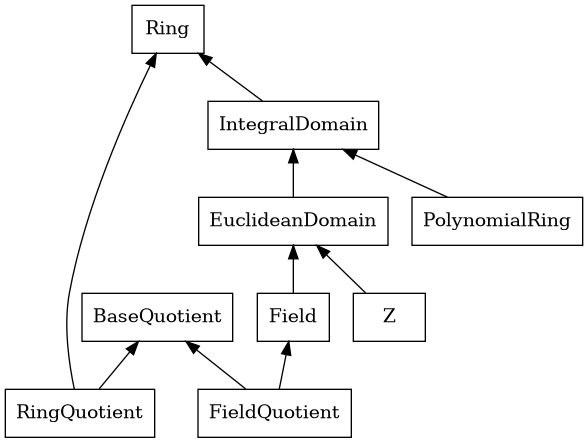
This is doc/diagrams/hierarchy.png from tito-kimbo/Algebra-Computacional, a Graphviz export, as it was before one commit. Its source is kept beside it as doc/diagrams/hierarchy.dot. Source of this version:
```dot
digraph hierarchy {
	rankdir = "BT";
	node [shape = "box"];

	Field -> EuclideanDomain -> IntegralDomain -> Ring;
	FieldQuotient -> BaseQuotient;
	RingQuotient -> BaseQuotient;
	FieldQuotient -> Field;
	RingQuotient -> Ring;
	PolynomialRing -> IntegralDomain;
	Z -> EuclideanDomain;
}
```
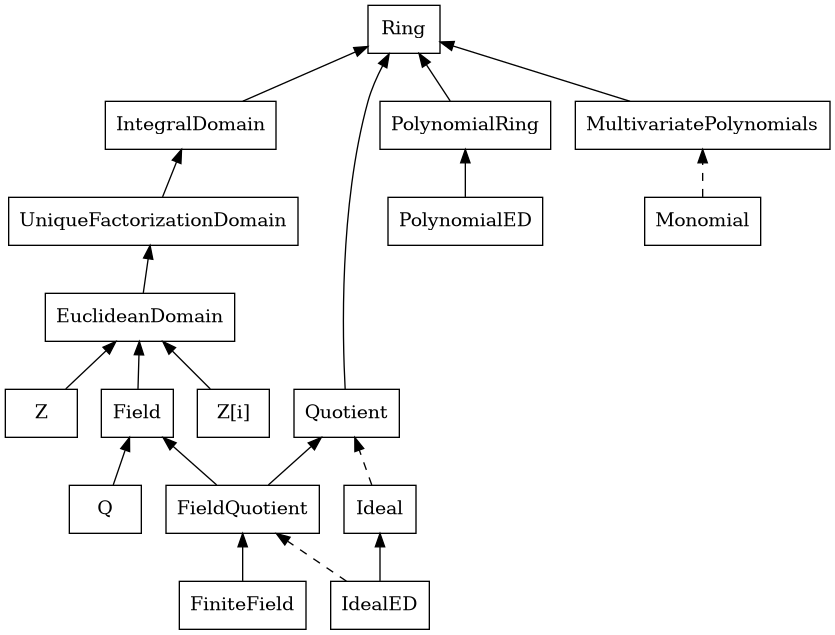
After the change.

Commit message:
Diagram, EDF, some examples

Change to the diagram source:
```diff
@@ -2,11 +2,17 @@
 	rankdir = "BT";
 	node [shape = "box"];
 
-	Field -> EuclideanDomain -> IntegralDomain -> Ring;
-	FieldQuotient -> BaseQuotient;
-	RingQuotient -> BaseQuotient;
+	Z -> EuclideanDomain;
+	"Z[i]" -> EuclideanDomain;
+	Q -> Field;
+	Field -> EuclideanDomain -> UniqueFactorizationDomain -> IntegralDomain -> Ring;
+	FieldQuotient -> Quotient -> Ring;
 	FieldQuotient -> Field;
-	RingQuotient -> Ring;
-	PolynomialRing -> IntegralDomain;
-	Z -> EuclideanDomain;
+	PolynomialED -> PolynomialRing -> Ring;
+	MultivariatePolynomials -> Ring;
+    IdealED -> Ideal;
+	Ideal -> Quotient [style = "dashed"];
+	IdealED -> FieldQuotient [style = "dashed"];
+	Monomial -> MultivariatePolynomials [style = "dashed"];
+	FiniteField -> FieldQuotient;
 }
```
